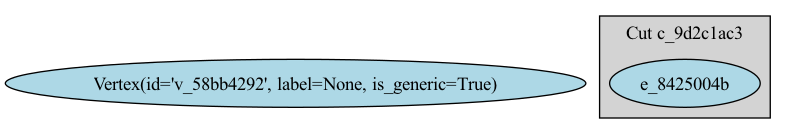
This is visual_output/peirce_implication.png from mijahauan/Arisbe, a Graphviz export, as it was before one commit. Its source is kept beside it as visual_output/peirce_implication.dot.
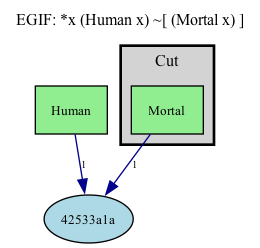
After the change.

Change to the diagram source:
```diff
@@ -1,13 +1,24 @@
 digraph EG {
   rankdir=TB;
-  node [shape=ellipse, style=filled, fillcolor=lightblue];
-  edge [color=darkblue];
+  compound=true;
+  node [fontsize=10];
 
-  "Vertex(id='v_58bb4292', label=None, is_generic=True)" [label="Vertex(id='v_58bb4292', label=None, is_generic=True)"];
-  subgraph cluster_0 {
-    label="Cut c_9d2c1ac3";
+  label="EGIF: *x (Human x) ~[ (Mortal x) ]";
+  labelloc="t";
+  fontsize=12;
+
+  "pred_e_3f1ea4dc" [label="Human", shape=box, style=filled, fillcolor=lightgreen];
+  "pred_e_1de19ab6" [label="Mortal", shape=box, style=filled, fillcolor=lightgreen];
+  "Vertex(id='v_42533a1a', label=None, is_generic=True)" [label="42533a1a", shape=ellipse, style=filled, fillcolor=lightblue];
+  subgraph cluster_0_0 {
+    label="Cut";
     style=filled;
     fillcolor=lightgray;
-    "e_8425004b";
+    color=black;
+    penwidth=2;
+    "pred_e_1de19ab6";
   }
+
+  "pred_e_3f1ea4dc" -> "Vertex(id='v_42533a1a', label=None, is_generic=True)" [label="1", color=darkblue, fontsize=8];
+  "pred_e_1de19ab6" -> "Vertex(id='v_42533a1a', label=None, is_generic=True)" [label="1", color=darkblue, fontsize=8];
 }
```
